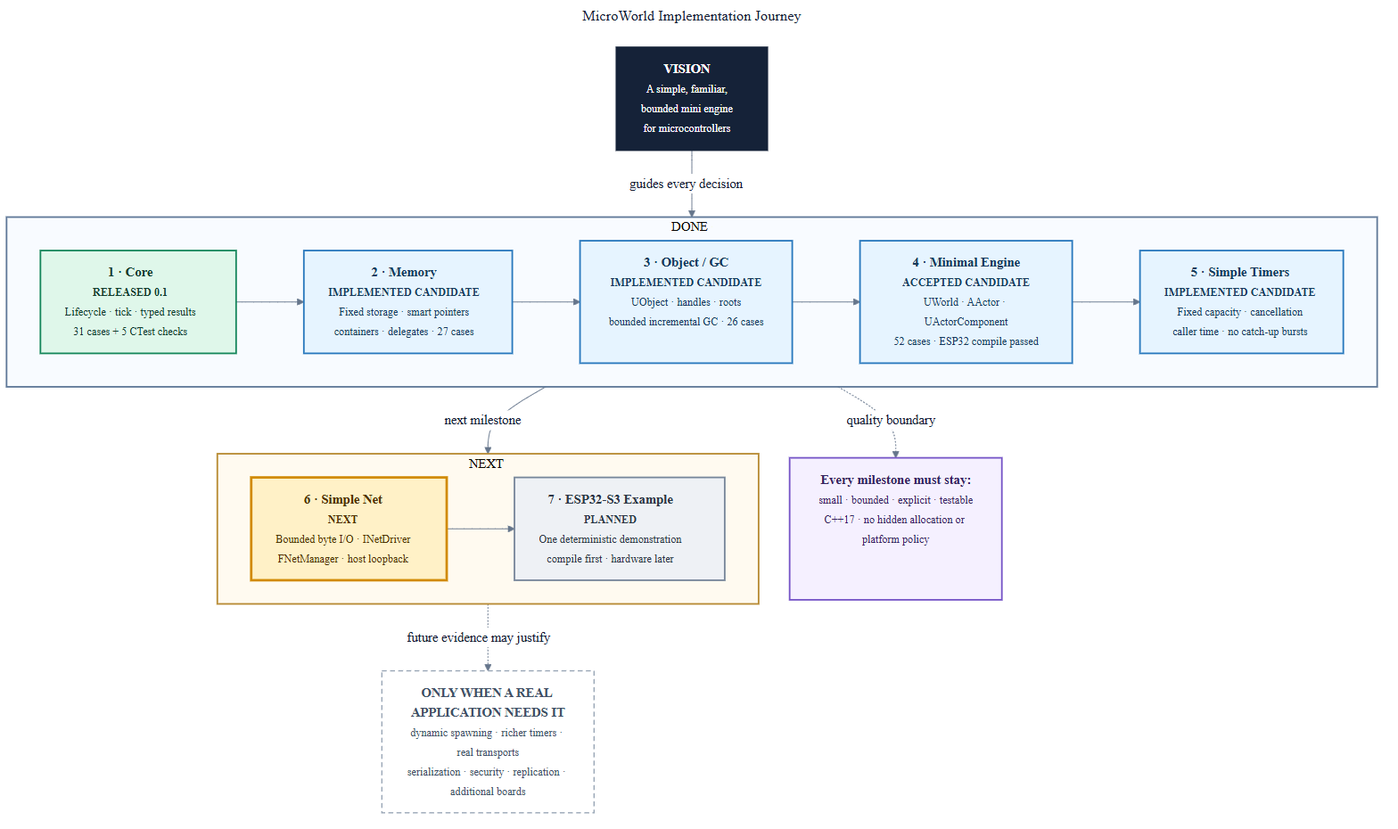
This is lib/microworld/docs/diagrams/microworld-implementation-roadmap.png from musicofsilence-public/esp32_lora_watering, a Mermaid export, as it was before one commit. Its source is kept beside it as lib/microworld/docs/diagrams/microworld-implementation-roadmap.mmd.
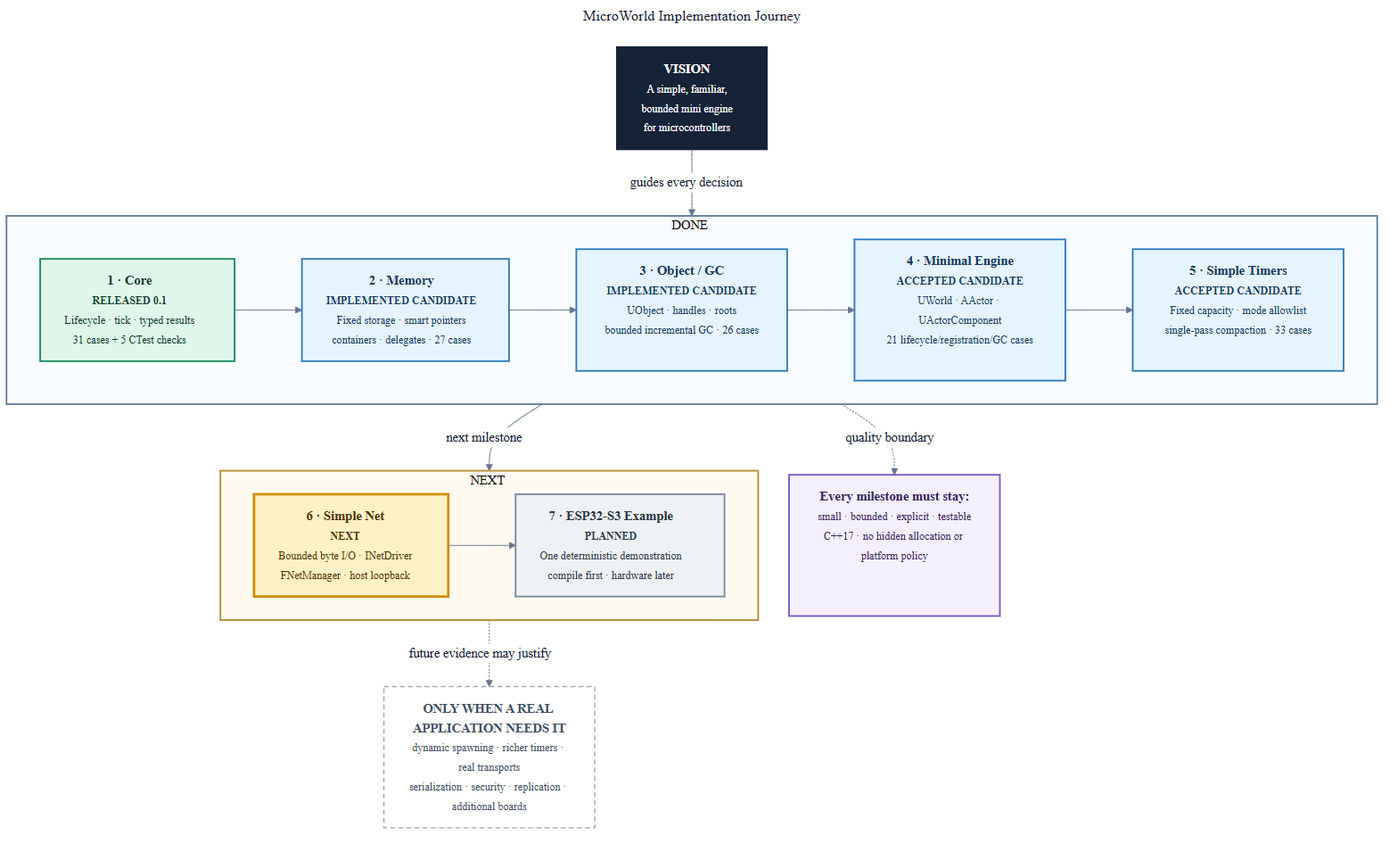
Above is the later version.

What changed in the source:
```diff
@@ -24,8 +24,8 @@
         CORE["<b>1 · Core</b><br/><small><b>RELEASED 0.1</b><br/>Lifecycle · tick · typed results<br/>31 cases + 5 CTest checks</small>"]
         MEMORY["<b>2 · Memory</b><br/><small><b>IMPLEMENTED CANDIDATE</b><br/>Fixed storage · smart pointers<br/>containers · delegates · 27 cases</small>"]
         OBJECT["<b>3 · Object / GC</b><br/><small><b>IMPLEMENTED CANDIDATE</b><br/>UObject · handles · roots<br/>bounded incremental GC · 26 cases</small>"]
-        ENGINE["<b>4 · Minimal Engine</b><br/><small><b>ACCEPTED CANDIDATE</b><br/>UWorld · AActor · UActorComponent<br/>52 cases · ESP32 compile passed</small>"]
-        TIMERS["<b>5 · Simple Timers</b><br/><small><b>IMPLEMENTED CANDIDATE</b><br/>Fixed capacity · cancellation<br/>caller time · no catch-up bursts</small>"]
+        ENGINE["<b>4 · Minimal Engine</b><br/><small><b>ACCEPTED CANDIDATE</b><br/>UWorld · AActor · UActorComponent<br/>21 lifecycle/registration/GC cases</small>"]
+        TIMERS["<b>5 · Simple Timers</b><br/><small><b>ACCEPTED CANDIDATE</b><br/>Fixed capacity · mode allowlist<br/>single-pass compaction · 33 cases</small>"]
 
         CORE --> MEMORY --> OBJECT --> ENGINE --> TIMERS
     end
```
